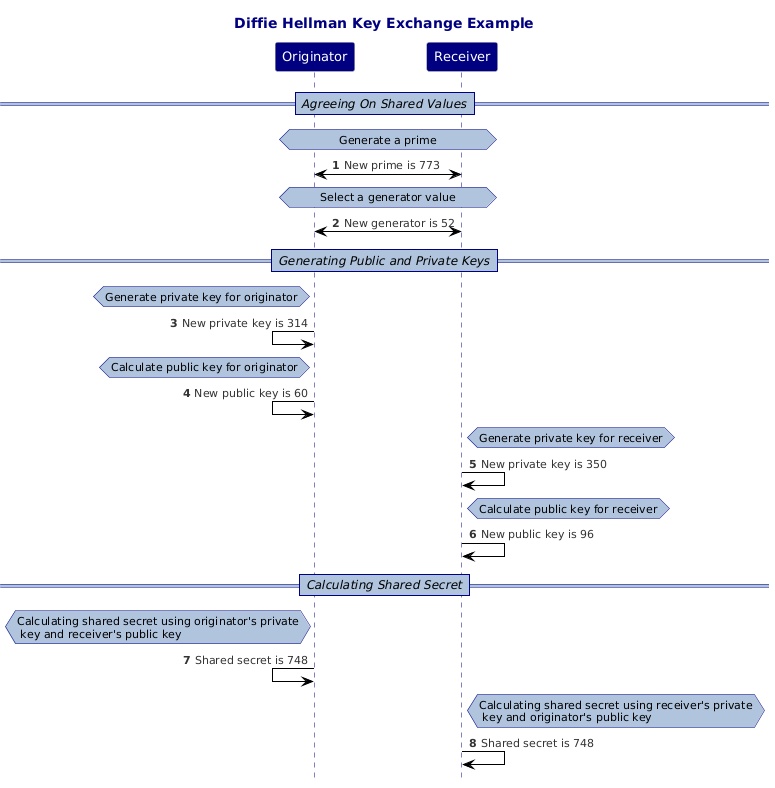
The PlantUML diagram GeneratingDiagrams/Diagrams/DiffieHellmanKeyExchangeSequence.png in jbarbourmoore/Cryptography-Exploration, before a commit. Source of this version:
```plantuml
@startuml
!theme reddress-lightblue
hide footbox
title "Diffie Hellman Key Exchange Example"
autonumber
skinparam maxMessageSize 300
skinparam NoteBackgroundColor LightSteelBlue
skinparam NoteBorderColor Navy
skinparam ParticipantBackgroundColor Navy
skinparam ParticipantFontColor White
skinparam ParticipantFontSize 13
skinparam TitleFontColor Navy
skinparam SequenceLifeLineBorderColor Navy
skinparam SequenceLifeLineBackgroundColor LightSteelBlue
skinparam SequenceDividerBorderThickness 1
skinparam SequenceDividerBorderColor Navy
skinparam SequenceDividerBackgroundColor LightSteelBlue
skinparam SequenceDividerFontSize 12
skinparam SequenceDividerFontStyle Italic
Participant "Originator"
Participant "Receiver"
==Agreeing On Shared Values==
hnote across : Generate a prime
"Originator"<->"Receiver": New prime is 773
hnote across : Select a generator value
"Originator"<->"Receiver": New generator is 52
==Generating Public and Private Keys==
hnote left of Originator: Generate private key for originator
"Originator"<-"Originator": New private key is 314
hnote left of Originator: Calculate public key for originator
"Originator"<-"Originator": New public key is 60
hnote right of Receiver: Generate private key for receiver
"Receiver"->"Receiver": New private key is 350
hnote right of Receiver: Calculate public key for receiver
"Receiver"->"Receiver": New public key is 96
==Calculating Shared Secret==
hnote left of Originator: Calculating shared secret using originator's private\n key and receiver's public key
"Originator"<-"Originator": Shared secret is 748
hnote right of Receiver: Calculating shared secret using receiver's private\n key and originator's public key
"Receiver"->"Receiver": Shared secret is 748
@enduml
```
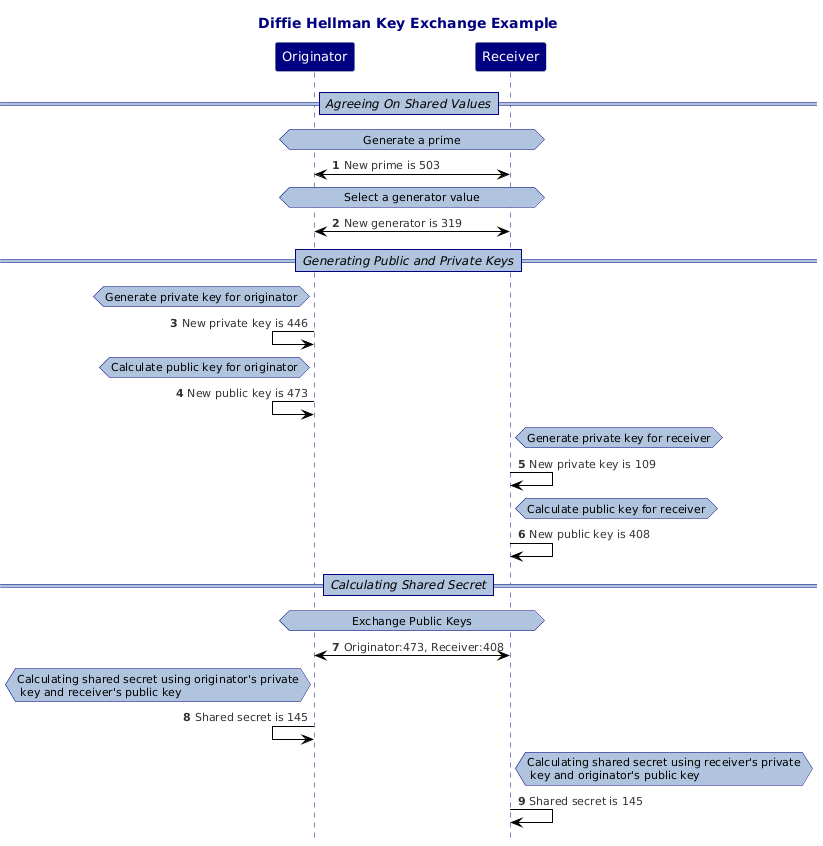
The same diagram one commit later.

Commit message:
Added visible note for the exchange of public keys

Diff of the diagram source:
```diff
@@ -21,21 +21,23 @@
 Participant "Receiver"
 ==Agreeing On Shared Values==
 hnote across : Generate a prime
-"Originator"<->"Receiver": New prime is 773
+"Originator"<->"Receiver": New prime is 503
 hnote across : Select a generator value
-"Originator"<->"Receiver": New generator is 52
+"Originator"<->"Receiver": New generator is 319
 ==Generating Public and Private Keys==
 hnote left of Originator: Generate private key for originator
-"Originator"<-"Originator": New private key is 314
+"Originator"<-"Originator": New private key is 446
 hnote left of Originator: Calculate public key for originator
-"Originator"<-"Originator": New public key is 60
+"Originator"<-"Originator": New public key is 473
 hnote right of Receiver: Generate private key for receiver
-"Receiver"->"Receiver": New private key is 350
+"Receiver"->"Receiver": New private key is 109
 hnote right of Receiver: Calculate public key for receiver
-"Receiver"->"Receiver": New public key is 96
+"Receiver"->"Receiver": New public key is 408
 ==Calculating Shared Secret==
+hnote across : Exchange Public Keys
+"Originator"<->"Receiver": Originator:473, Receiver:408
 hnote left of Originator: Calculating shared secret using originator's private\n key and receiver's public key
-"Originator"<-"Originator": Shared secret is 748
+"Originator"<-"Originator": Shared secret is 145
 hnote right of Receiver: Calculating shared secret using receiver's private\n key and originator's public key
-"Receiver"->"Receiver": Shared secret is 748
+"Receiver"->"Receiver": Shared secret is 145
 @enduml
```
